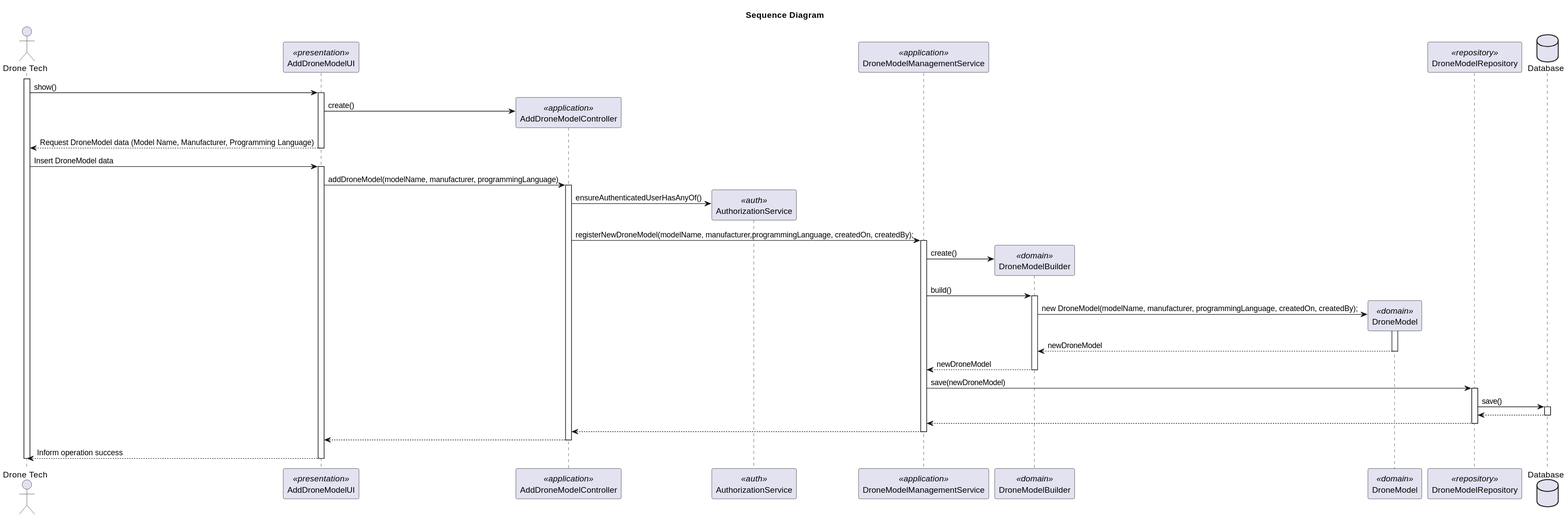
Before: docs/Sprint2/us_240/images/sequence-diagram-US240.svg, a diagram exported from PlantUML (rubenFreitas1/ISEP-LAPR4-2024-2025). The source it was exported from:
```plantuml
@startuml
title Sequence Diagram

actor "Drone Tech" as Actor
participant "AddDroneModelUI" as UI <<presentation>>
participant "AddDroneModelController" as Controller <<application>>
participant "AuthorizationService" as AuthorizationService <<auth>>
participant "DroneModelManagementService" as DroneModelManagementService <<application>>
participant "DroneModelBuilder" as DroneModelBuilder <<domain>>
participant "DroneModel" as DroneModel <<domain>>
participant "DroneModelRepository" as DroneModelRepository <<repository>>
database "Database" as Database

activate Actor

Actor -> UI: show()
    activate UI

UI -> Controller** : create()

UI --> Actor: Request DroneModel data (Model Name, Manufacturer, Programming Language)
deactivate UI

Actor -> UI: Insert DroneModel data


    activate UI

        UI -> Controller : addDroneModel(modelName, manufacturer, programmingLanguage)
            activate Controller

                Controller -> AuthorizationService** : ensureAuthenticatedUserHasAnyOf()

                deactivate AuthorizationService

                Controller -> DroneModelManagementService : registerNewDroneModel(modelName, manufacturer,programmingLanguage, createdOn, createdBy);
                activate DroneModelManagementService

                    DroneModelManagementService -> DroneModelBuilder** : create()
                    DroneModelManagementService -> DroneModelBuilder : build()
                    activate DroneModelBuilder

                        DroneModelBuilder -> DroneModel**: new DroneModel(modelName, manufacturer, programmingLanguage, createdOn, createdBy);

                         activate DroneModel

                         DroneModel --> DroneModelBuilder : newDroneModel
                         deactivate DroneModel

                          DroneModelBuilder --> DroneModelManagementService : newDroneModel

                    deactivate DroneModelBuilder


                    DroneModelManagementService -> DroneModelRepository : save(newDroneModel)

                    activate DroneModelRepository

                             DroneModelRepository -> Database : save()
                             activate Database

                                Database --> DroneModelRepository
                             deactivate Database

                             DroneModelRepository --> DroneModelManagementService
                    deactivate DroneModelRepository

                    DroneModelManagementService --> Controller
                deactivate DroneModelManagementService

                Controller --> UI
            deactivate Controller
        UI --> Actor : Inform operation success
        deactivate UI
deactivate Actor
@enduml
```
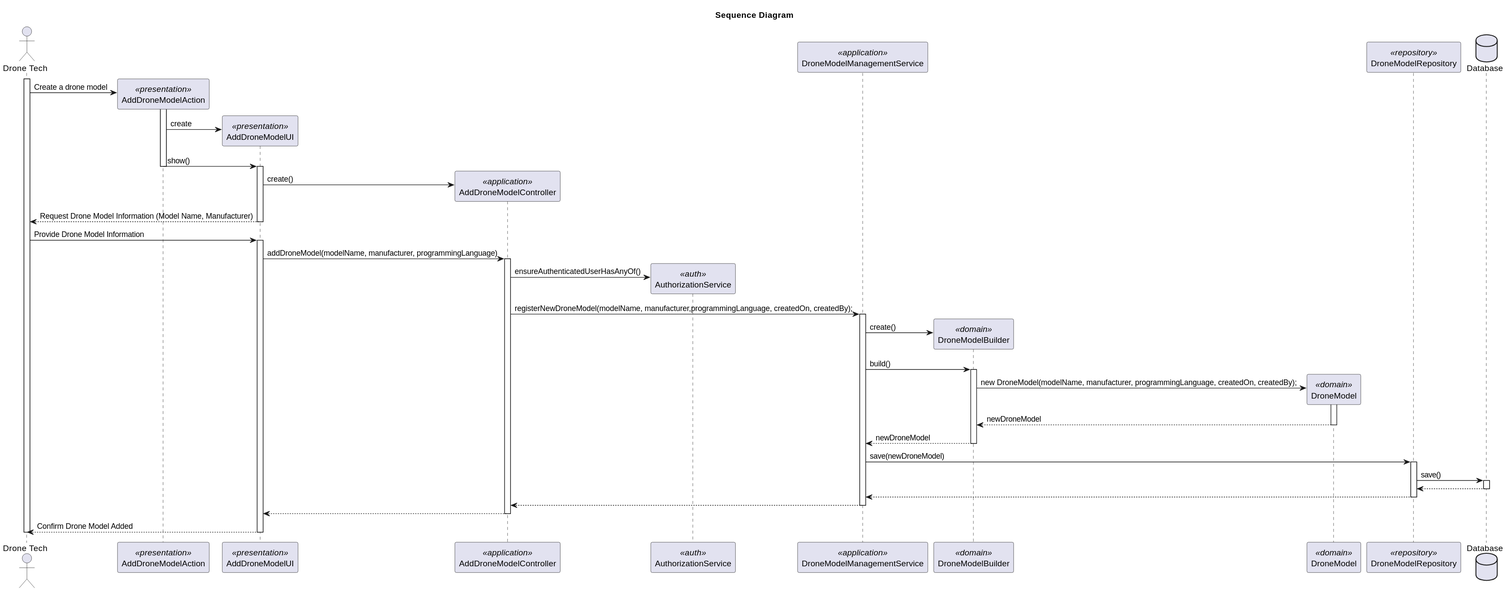
The same diagram one commit later.

The edit, as a diff of the source:
```diff
@@ -2,6 +2,7 @@
 title Sequence Diagram
 
 actor "Drone Tech" as Actor
+participant "AddDroneModelAction" as Action <<presentation>>
 participant "AddDroneModelUI" as UI <<presentation>>
 participant "AddDroneModelController" as Controller <<application>>
 participant "AuthorizationService" as AuthorizationService <<auth>>
@@ -13,15 +14,22 @@
 
 activate Actor
 
-Actor -> UI: show()
+Actor -> Action**: Create a drone model
+
+activate Action
+
+Action -> UI** : create
+Action -> UI: show()
+
+deactivate Action
     activate UI
 
 UI -> Controller** : create()
 
-UI --> Actor: Request DroneModel data (Model Name, Manufacturer, Programming Language)
+UI --> Actor: Request Drone Model Information (Model Name, Manufacturer)
 deactivate UI
 
-Actor -> UI: Insert DroneModel data
+Actor -> UI: Provide Drone Model Information
 
 
     activate UI
@@ -70,7 +78,7 @@
 
                 Controller --> UI
             deactivate Controller
-        UI --> Actor : Inform operation success
+        UI --> Actor : Confirm Drone Model Added
         deactivate UI
 deactivate Actor
 @enduml
```
